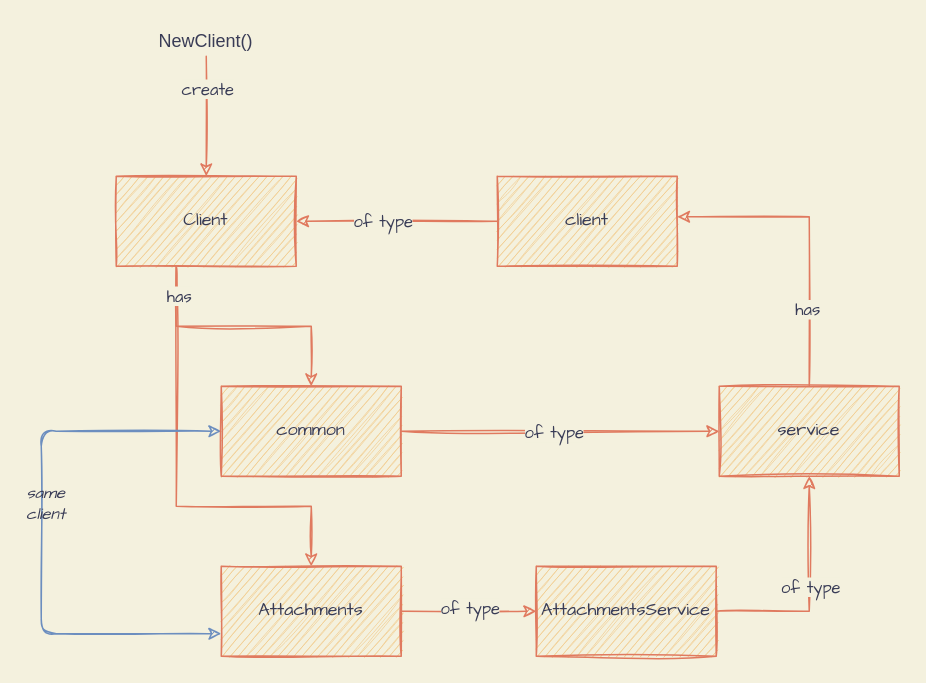
Before: docs/insights/2023/images/reuse-client.drawio in iamsecb/dev-day-journal, a draw.io diagram. Source tidied: cells renumbered, new cells numbered last; positions are measured from the earlier drawing's top-left corner, leaving out a move shared by most shapes. Both pictures are drawn from the tidied source at 150%, with x=0, y=0 at pixel (40, 26).
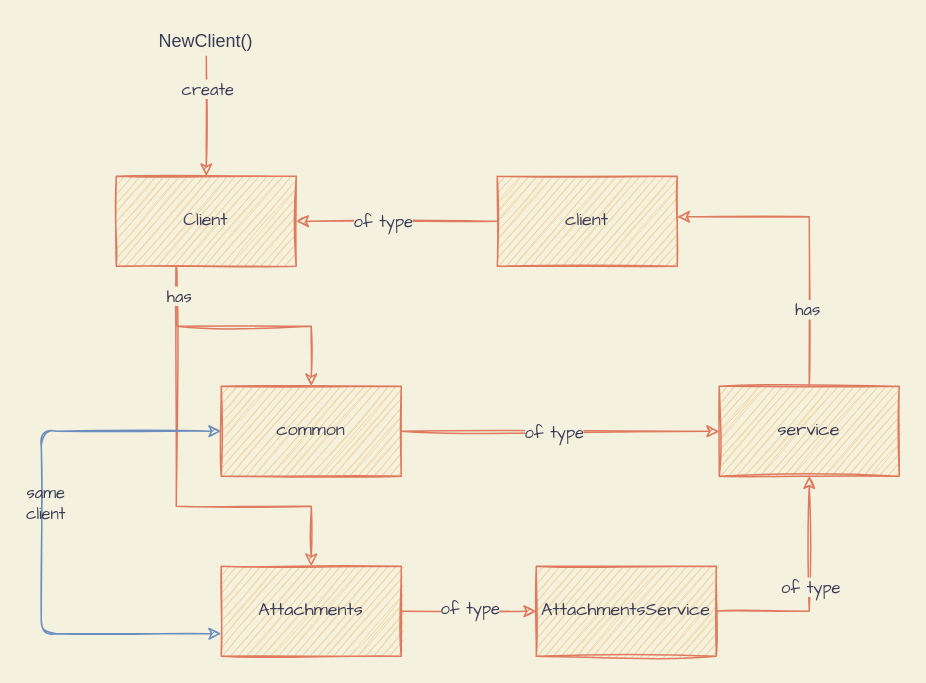
Above is the later version.

The change refers to these unchanged cells:
```xml
<mxCell id="8" style="edgeStyle=orthogonalEdgeStyle;curved=0;rounded=1;sketch=1;jettySize=auto;html=1;entryX=0;entryY=0.75;entryDx=0;entryDy=0;strokeColor=#6c8ebf;fillColor=#dae8fc;fontColor=#393C56;startArrow=classic;startFill=1;fontFamily=Comic Sans MS;" parent="1" edge="1" source="10" target="19">
  <mxGeometry relative="1" as="geometry">
    <Array as="points">
      <mxPoint y="270" />
      <mxPoint y="405" />
    </Array>
  </mxGeometry>
</mxCell>
```

Change to the diagram source:
```diff
@@
-    <mxCell id="9" value="&lt;i&gt;same&lt;br&gt;client&lt;/i&gt;" style="edgeLabel;html=1;align=center;verticalAlign=middle;fontColor=#393C56;labelBackgroundColor=none;fontFamily=Comic Sans MS;" parent="8" vertex="1">
+    <mxCell id="9" value="same&lt;br&gt;client" style="edgeLabel;html=1;align=center;verticalAlign=middle;fontColor=#393C56;labelBackgroundColor=none;fontFamily=Comic Sans MS;" parent="8" vertex="1">
       <mxGeometry x="-0.11" y="2" relative="1" as="geometry" />
     </mxCell>
```
